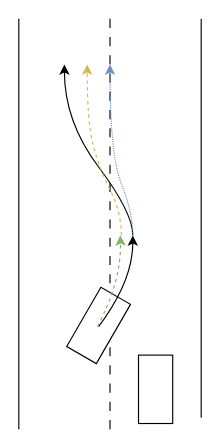
Earlier version of the draw.io diagram Files/trajectory.drawio (zhangjoey115/Diagrams). Source tidied: cells renumbered, new cells numbered last; positions are measured from the earlier drawing's top-left corner, leaving out a move shared by most shapes. Both pictures are drawn from the tidied source at 114%, with x=0, y=0 at pixel (18, 18).
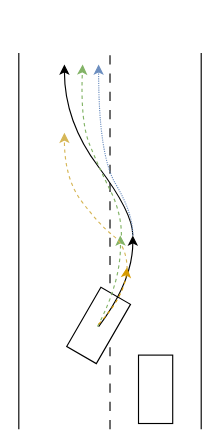
Above is the later version.

Diff of the diagram source:
```diff
@@
     <mxCell id="2" style="endArrow=none;html=1;rounded=0;" parent="1" edge="1">
       <mxGeometry relative="1" as="geometry">
         <mxPoint y="360" as="sourcePoint" />
-        <mxPoint as="targetPoint" />
+        <mxPoint y="30" as="targetPoint" />
       </mxGeometry>
     </mxCell>
     <mxCell id="3" style="endArrow=none;html=1;rounded=0;" parent="1" edge="1">
       <mxGeometry relative="1" as="geometry">
-        <mxPoint x="160" y="350" as="sourcePoint" />
-        <mxPoint x="160" as="targetPoint" />
+        <mxPoint x="160" y="360" as="sourcePoint" />
+        <mxPoint x="160" y="30" as="targetPoint" />
       </mxGeometry>
     </mxCell>
     <mxCell id="4" style="endArrow=none;dashed=1;html=1;rounded=0;dashPattern=8 8;" parent="1" edge="1">
       <mxGeometry relative="1" as="geometry">
         <mxPoint x="80" y="360" as="sourcePoint" />
-        <mxPoint x="80" as="targetPoint" />
+        <mxPoint x="80" y="30" as="targetPoint" />
       </mxGeometry>
     </mxCell>
@@
     <mxCell id="10" style="curved=1;endArrow=classic;html=1;rounded=0;dashed=1;dashPattern=1 1;fillColor=#dae8fc;strokeColor=#6c8ebf;" parent="1" edge="1">
       <mxGeometry relative="1" as="geometry">
         <mxPoint x="100" y="190" as="sourcePoint" />
-        <mxPoint x="80" y="40" as="targetPoint" />
+        <mxPoint x="70" y="40" as="targetPoint" />
         <Array as="points">
           <mxPoint x="100" y="170" />
-          <mxPoint x="80" y="120" />
+          <mxPoint x="70" y="120" />
         </Array>
       </mxGeometry>
     </mxCell>
-    <mxCell id="11" style="curved=1;endArrow=classic;html=1;rounded=0;fillColor=#fff2cc;strokeColor=#d6b656;dashed=1;" parent="1" edge="1">
+    <mxCell id="11" style="curved=1;endArrow=classic;html=1;rounded=0;fillColor=#d5e8d4;strokeColor=#82b366;dashed=1;" parent="1" edge="1">
       <mxGeometry relative="1" as="geometry">
         <mxPoint x="90" y="190" as="sourcePoint" />
-        <mxPoint x="60" y="40" as="targetPoint" />
+        <mxPoint x="56" y="40" as="targetPoint" />
         <Array as="points">
           <mxPoint x="90" y="170" />
           <mxPoint x="70" y="130" />
-          <mxPoint x="60" y="90" />
+          <mxPoint x="54" y="90" />
         </Array>
       </mxGeometry>
     </mxCell>
+    <mxCell id="12" style="curved=1;endArrow=classic;html=1;rounded=0;dashed=1;fillColor=#ffe6cc;strokeColor=#d79b00;" parent="1" edge="1">
+      <mxGeometry relative="1" as="geometry">
+        <mxPoint x="70" y="268" as="sourcePoint" />
+        <mxPoint x="95" y="218" as="targetPoint" />
+        <Array as="points">
+          <mxPoint x="92" y="244" />
+        </Array>
+      </mxGeometry>
+    </mxCell>
+    <mxCell id="13" style="curved=1;endArrow=classic;html=1;rounded=0;fillColor=#fff2cc;strokeColor=#d6b656;dashed=1;" parent="1" edge="1">
+      <mxGeometry relative="1" as="geometry">
+        <mxPoint x="95" y="220" as="sourcePoint" />
+        <mxPoint x="40" y="100" as="targetPoint" />
+        <Array as="points">
+          <mxPoint x="95" y="200" />
+          <mxPoint x="70" y="180" />
+          <mxPoint x="40" y="140" />
+        </Array>
+      </mxGeometry>
+    </mxCell>
```
